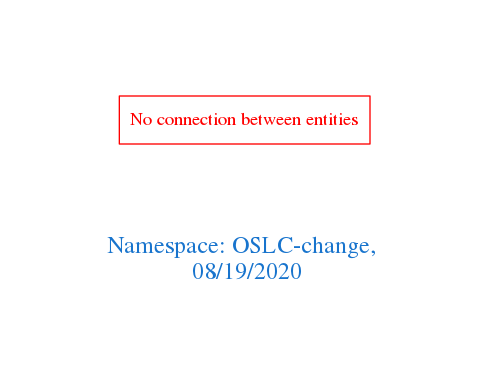
Earlier version of the Graphviz export downloads/OSLC-change.png (arago/OGIT). Its source is kept beside it as downloads/OSLC-change.dot.
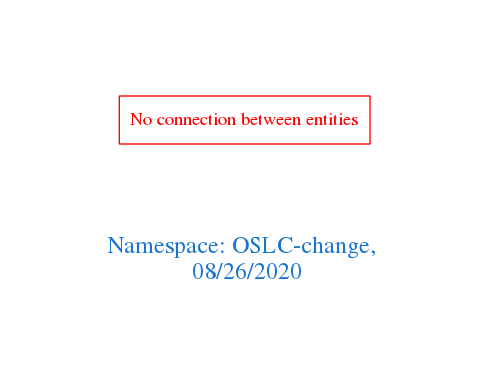
Later version of the same file.

Diff of the diagram source:
```diff
@@ -1,7 +1,7 @@
 digraph OGIT_ontology {
  graph [ rankdir= LR,pad=1
 fontsize = 18,
-fontcolor= dodgerblue3,label = "\n\n\nNamespace: OSLC-change, \n 08/19/2020"];
+fontcolor= dodgerblue3,label = "\n\n\nNamespace: OSLC-change, \n 08/26/2020"];
 node[shape=polygon];
 edge [  color="gray81"];
 
```
